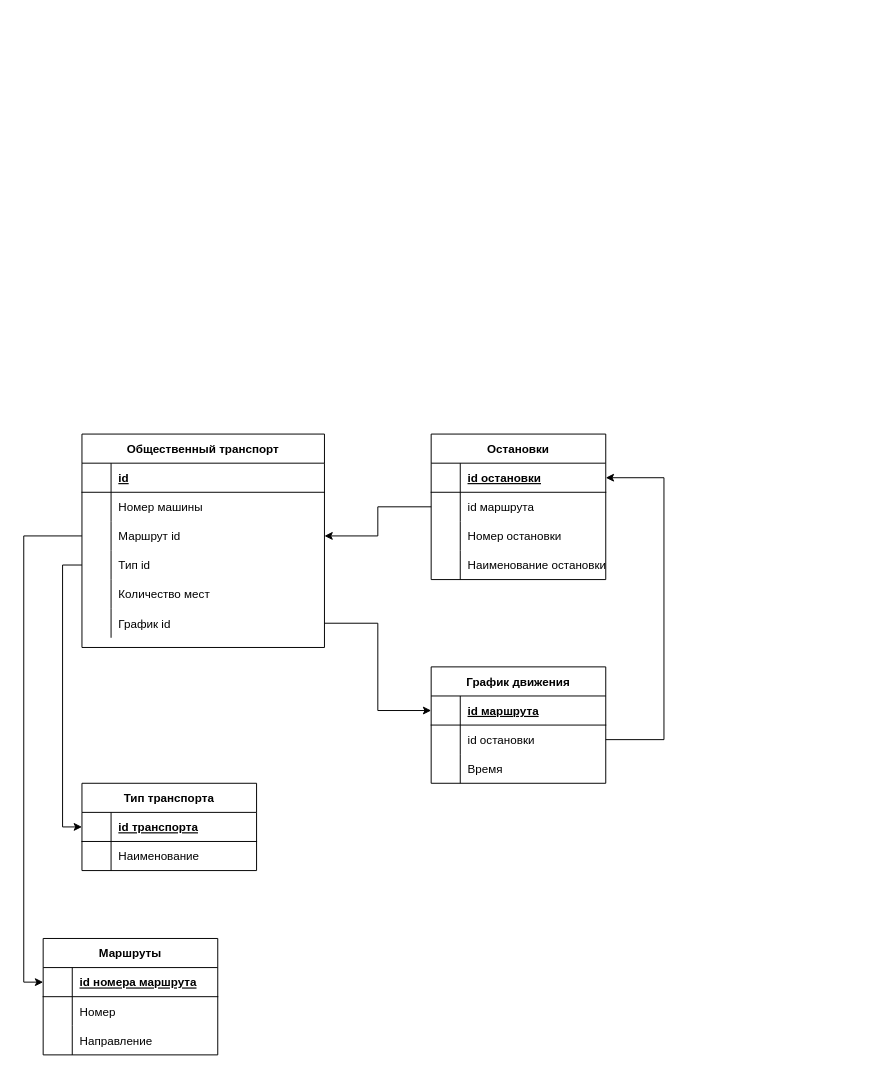
The draw.io diagram Database/HM_1.drawio in H0rr0vv/GB_Emelanov, before the edit. Source tidied: cells renumbered, new cells numbered last; positions are measured from the earlier drawing's top-left corner, leaving out a move shared by most shapes. Both pictures are drawn from the tidied source at 97%, with x=0, y=0 at pixel (43, 434).
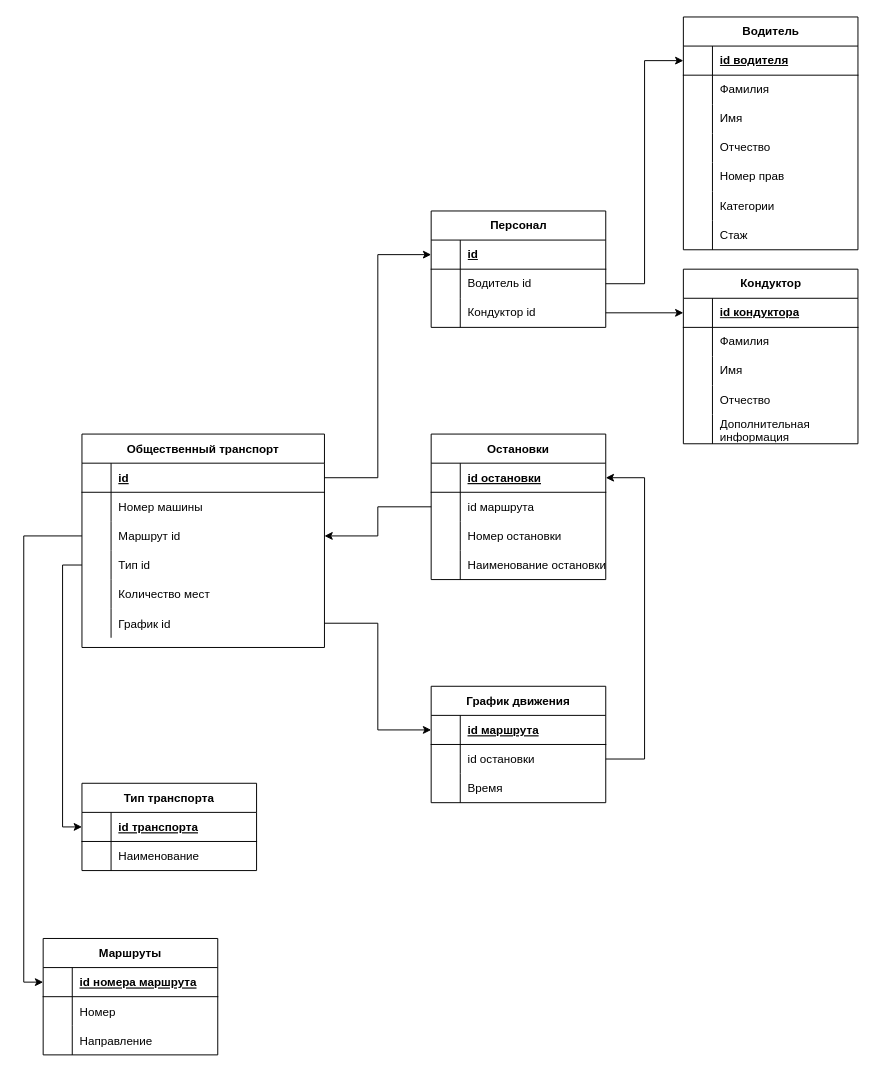
The same diagram, later.

The change refers to these unchanged cells:
```xml
<mxCell id="3" style="shape=partialRectangle;fillColor=none;points=[[0,0.5],[1,0.5]];portConstraint=eastwest;top=0;left=0;right=0;bottom=1;" parent="2" vertex="1">
  <mxGeometry y="30" width="250" height="30" as="geometry" />
</mxCell>
<mxCell id="40" style="shape=tableRow;horizontal=0;startSize=0;swimlaneHead=0;swimlaneBody=0;fillColor=none;points=[[0,0.5],[1,0.5]];portConstraint=eastwest;top=0;left=0;right=0;bottom=1;" parent="39" vertex="1">
  <mxGeometry y="30" width="180" height="30" as="geometry" />
</mxCell>
<mxCell id="57" style="shape=tableRow;horizontal=0;startSize=0;swimlaneHead=0;swimlaneBody=0;fillColor=none;points=[[0,0.5],[1,0.5]];portConstraint=eastwest;top=0;left=0;right=0;bottom=0;" parent="53" vertex="1">
  <mxGeometry y="60" width="180" height="30" as="geometry" />
</mxCell>
```

The edit, as a diff of the source:
```diff
@@
     <mxCell id="53" value="График движения" style="shape=table;startSize=30;childLayout=tableLayout;rowLines=0;fontStyle=1;align=center;" parent="1" vertex="1">
-      <mxGeometry x="400" y="240" width="180" height="120" as="geometry" />
+      <mxGeometry x="400" y="260" width="180" height="120" as="geometry" />
     </mxCell>
@@
-    <mxCell id="63" style="edgeStyle=orthogonalEdgeStyle;rounded=0;jettySize=auto;html=1;entryX=1;entryY=0.5;entryDx=0;entryDy=0;" parent="1" edge="1" source="57" target="40">
-      <mxGeometry relative="1" as="geometry">
-        <Array as="points">
-          <mxPoint x="640" y="315" />
-          <mxPoint x="640" y="45" />
-        </Array>
-      </mxGeometry>
-    </mxCell>
@@
+    <mxCell id="66" value="Персонал" style="shape=table;startSize=30;childLayout=tableLayout;rowLines=0;fontStyle=1;align=center;html=1;" parent="1" vertex="1">
+      <mxGeometry x="400" y="-230" width="180" height="120" as="geometry" />
+    </mxCell>
+    <mxCell id="67" style="shape=tableRow;horizontal=0;startSize=0;swimlaneHead=0;swimlaneBody=0;fillColor=none;points=[[0,0.5],[1,0.5]];portConstraint=eastwest;top=0;left=0;right=0;bottom=1;" parent="66" vertex="1">
+      <mxGeometry y="30" width="180" height="30" as="geometry" />
+    </mxCell>
+    <mxCell id="68" style="shape=partialRectangle;fillColor=none;top=0;left=0;bottom=0;right=0;fontStyle=1;overflow=hidden;whiteSpace=wrap;html=1;" parent="67" vertex="1">
+      <mxGeometry width="30" height="30" as="geometry" />
+    </mxCell>
+    <mxCell id="69" value="id" style="shape=partialRectangle;fillColor=none;top=0;left=0;bottom=0;right=0;align=left;spacingLeft=6;fontStyle=5;overflow=hidden;whiteSpace=wrap;html=1;" parent="67" vertex="1">
+      <mxGeometry x="30" width="150" height="30" as="geometry" />
+    </mxCell>
+    <mxCell id="70" style="shape=tableRow;horizontal=0;startSize=0;swimlaneHead=0;swimlaneBody=0;fillColor=none;points=[[0,0.5],[1,0.5]];portConstraint=eastwest;top=0;left=0;right=0;bottom=0;" parent="66" vertex="1">
+      <mxGeometry y="60" width="180" height="30" as="geometry" />
+    </mxCell>
+    <mxCell id="71" style="shape=partialRectangle;fillColor=none;top=0;left=0;bottom=0;right=0;overflow=hidden;whiteSpace=wrap;html=1;" parent="70" vertex="1">
+      <mxGeometry width="30" height="30" as="geometry" />
+    </mxCell>
+    <mxCell id="72" value="Водитель id" style="shape=partialRectangle;fillColor=none;top=0;left=0;bottom=0;right=0;align=left;spacingLeft=6;overflow=hidden;whiteSpace=wrap;html=1;" parent="70" vertex="1">
+      <mxGeometry x="30" width="150" height="30" as="geometry" />
+    </mxCell>
+    <mxCell id="73" style="shape=tableRow;horizontal=0;startSize=0;swimlaneHead=0;swimlaneBody=0;fillColor=none;points=[[0,0.5],[1,0.5]];portConstraint=eastwest;top=0;left=0;right=0;bottom=0;" parent="66" vertex="1">
+      <mxGeometry y="90" width="180" height="30" as="geometry" />
+    </mxCell>
+    <mxCell id="74" style="shape=partialRectangle;fillColor=none;top=0;left=0;bottom=0;right=0;overflow=hidden;whiteSpace=wrap;html=1;" parent="73" vertex="1">
+      <mxGeometry width="30" height="30" as="geometry" />
+    </mxCell>
+    <mxCell id="75" value="Кондуктор id" style="shape=partialRectangle;fillColor=none;top=0;left=0;bottom=0;right=0;align=left;spacingLeft=6;overflow=hidden;whiteSpace=wrap;html=1;" parent="73" vertex="1">
+      <mxGeometry x="30" width="150" height="30" as="geometry" />
+    </mxCell>
+    <mxCell id="63" style="edgeStyle=orthogonalEdgeStyle;rounded=0;jettySize=auto;html=1;entryX=1;entryY=0.5;entryDx=0;entryDy=0;" parent="1" edge="1" source="57" target="40">
+      <mxGeometry relative="1" as="geometry">
+        <Array as="points">
+          <mxPoint x="620" y="335" />
+          <mxPoint x="620" y="45" />
+        </Array>
+      </mxGeometry>
+    </mxCell>
+    <mxCell id="76" value="Водитель" style="shape=table;startSize=30;childLayout=tableLayout;rowLines=0;fontStyle=1;align=center;html=1;" parent="1" vertex="1">
+      <mxGeometry x="660" y="-430" width="180" height="240" as="geometry" />
+    </mxCell>
+    <mxCell id="77" style="shape=tableRow;horizontal=0;startSize=0;swimlaneHead=0;swimlaneBody=0;fillColor=none;points=[[0,0.5],[1,0.5]];portConstraint=eastwest;top=0;left=0;right=0;bottom=1;" parent="76" vertex="1">
+      <mxGeometry y="30" width="180" height="30" as="geometry" />
+    </mxCell>
+    <mxCell id="78" style="shape=partialRectangle;fillColor=none;top=0;left=0;bottom=0;right=0;fontStyle=1;overflow=hidden;whiteSpace=wrap;html=1;" parent="77" vertex="1">
+      <mxGeometry width="30" height="30" as="geometry" />
+    </mxCell>
+    <mxCell id="79" value="id водителя" style="shape=partialRectangle;fillColor=none;top=0;left=0;bottom=0;right=0;align=left;spacingLeft=6;fontStyle=5;overflow=hidden;whiteSpace=wrap;html=1;" parent="77" vertex="1">
+      <mxGeometry x="30" width="150" height="30" as="geometry" />
+    </mxCell>
+    <mxCell id="80" style="shape=tableRow;horizontal=0;startSize=0;swimlaneHead=0;swimlaneBody=0;fillColor=none;top=0;left=0;right=0;bottom=0;" parent="76" vertex="1">
+      <mxGeometry y="60" width="180" height="30" as="geometry" />
+    </mxCell>
+    <mxCell id="81" style="shape=partialRectangle;fillColor=none;top=0;left=0;bottom=0;right=0;overflow=hidden;whiteSpace=wrap;html=1;" parent="80" vertex="1">
+      <mxGeometry width="30" height="30" as="geometry" />
+    </mxCell>
+    <mxCell id="82" value="Фамилия" style="shape=partialRectangle;fillColor=none;top=0;left=0;bottom=0;right=0;align=left;spacingLeft=6;overflow=hidden;whiteSpace=wrap;html=1;" parent="80" vertex="1">
+      <mxGeometry x="30" width="150" height="30" as="geometry" />
+    </mxCell>
+    <mxCell id="83" style="shape=tableRow;horizontal=0;startSize=0;swimlaneHead=0;swimlaneBody=0;fillColor=none;top=0;left=0;right=0;bottom=0;" parent="76" vertex="1">
+      <mxGeometry y="90" width="180" height="30" as="geometry" />
+    </mxCell>
+    <mxCell id="84" style="shape=partialRectangle;fillColor=none;top=0;left=0;bottom=0;right=0;overflow=hidden;whiteSpace=wrap;html=1;" parent="83" vertex="1">
+      <mxGeometry width="30" height="30" as="geometry" />
+    </mxCell>
+    <mxCell id="85" value="Имя" style="shape=partialRectangle;fillColor=none;top=0;left=0;bottom=0;right=0;align=left;spacingLeft=6;overflow=hidden;whiteSpace=wrap;html=1;" parent="83" vertex="1">
+      <mxGeometry x="30" width="150" height="30" as="geometry" />
+    </mxCell>
+    <mxCell id="86" style="shape=tableRow;horizontal=0;startSize=0;swimlaneHead=0;swimlaneBody=0;fillColor=none;top=0;left=0;right=0;bottom=0;" parent="76" vertex="1">
+      <mxGeometry y="120" width="180" height="30" as="geometry" />
+    </mxCell>
+    <mxCell id="87" style="shape=partialRectangle;fillColor=none;top=0;left=0;bottom=0;right=0;overflow=hidden;whiteSpace=wrap;html=1;" parent="86" vertex="1">
+      <mxGeometry width="30" height="30" as="geometry" />
+    </mxCell>
+    <mxCell id="88" value="Отчество" style="shape=partialRectangle;fillColor=none;top=0;left=0;bottom=0;right=0;align=left;spacingLeft=6;overflow=hidden;whiteSpace=wrap;html=1;" parent="86" vertex="1">
+      <mxGeometry x="30" width="150" height="30" as="geometry" />
+    </mxCell>
+    <mxCell id="89" style="shape=tableRow;horizontal=0;startSize=0;swimlaneHead=0;swimlaneBody=0;fillColor=none;top=0;left=0;right=0;bottom=0;" parent="76" vertex="1">
+      <mxGeometry y="150" width="180" height="30" as="geometry" />
+    </mxCell>
+    <mxCell id="90" style="shape=partialRectangle;fillColor=none;top=0;left=0;bottom=0;right=0;overflow=hidden;whiteSpace=wrap;html=1;" parent="89" vertex="1">
+      <mxGeometry width="30" height="30" as="geometry" />
+    </mxCell>
+    <mxCell id="91" value="Номер прав" style="shape=partialRectangle;fillColor=none;top=0;left=0;bottom=0;right=0;align=left;spacingLeft=6;overflow=hidden;whiteSpace=wrap;html=1;" parent="89" vertex="1">
+      <mxGeometry x="30" width="150" height="30" as="geometry" />
+    </mxCell>
+    <mxCell id="92" style="shape=tableRow;horizontal=0;startSize=0;swimlaneHead=0;swimlaneBody=0;fillColor=none;top=0;left=0;right=0;bottom=0;" parent="76" vertex="1">
+      <mxGeometry y="180" width="180" height="30" as="geometry" />
+    </mxCell>
+    <mxCell id="93" style="shape=partialRectangle;fillColor=none;top=0;left=0;bottom=0;right=0;overflow=hidden;whiteSpace=wrap;html=1;" parent="92" vertex="1">
+      <mxGeometry width="30" height="30" as="geometry" />
+    </mxCell>
+    <mxCell id="94" value="Категории" style="shape=partialRectangle;fillColor=none;top=0;left=0;bottom=0;right=0;align=left;spacingLeft=6;overflow=hidden;whiteSpace=wrap;html=1;" parent="92" vertex="1">
+      <mxGeometry x="30" width="150" height="30" as="geometry" />
+    </mxCell>
+    <mxCell id="95" style="shape=tableRow;horizontal=0;startSize=0;swimlaneHead=0;swimlaneBody=0;fillColor=none;top=0;left=0;right=0;bottom=0;" parent="76" vertex="1">
+      <mxGeometry y="210" width="180" height="30" as="geometry" />
+    </mxCell>
+    <mxCell id="96" style="shape=partialRectangle;fillColor=none;top=0;left=0;bottom=0;right=0;overflow=hidden;whiteSpace=wrap;html=1;" parent="95" vertex="1">
+      <mxGeometry width="30" height="30" as="geometry" />
+    </mxCell>
+    <mxCell id="97" value="Стаж" style="shape=partialRectangle;fillColor=none;top=0;left=0;bottom=0;right=0;align=left;spacingLeft=6;overflow=hidden;whiteSpace=wrap;html=1;" parent="95" vertex="1">
+      <mxGeometry x="30" width="150" height="30" as="geometry" />
+    </mxCell>
+    <mxCell id="98" value="Кондуктор" style="shape=table;startSize=30;childLayout=tableLayout;rowLines=0;fontStyle=1;align=center;html=1;" parent="1" vertex="1">
+      <mxGeometry x="660" y="-170" width="180" height="180" as="geometry" />
+    </mxCell>
+    <mxCell id="99" style="shape=tableRow;horizontal=0;startSize=0;swimlaneHead=0;swimlaneBody=0;fillColor=none;points=[[0,0.5],[1,0.5]];portConstraint=eastwest;top=0;left=0;right=0;bottom=1;" parent="98" vertex="1">
+      <mxGeometry y="30" width="180" height="30" as="geometry" />
+    </mxCell>
+    <mxCell id="100" style="shape=partialRectangle;fillColor=none;top=0;left=0;bottom=0;right=0;fontStyle=1;overflow=hidden;whiteSpace=wrap;html=1;" parent="99" vertex="1">
+      <mxGeometry width="30" height="30" as="geometry" />
+    </mxCell>
+    <mxCell id="101" value="id кондуктора" style="shape=partialRectangle;fillColor=none;top=0;left=0;bottom=0;right=0;align=left;spacingLeft=6;fontStyle=5;overflow=hidden;whiteSpace=wrap;html=1;" parent="99" vertex="1">
+      <mxGeometry x="30" width="150" height="30" as="geometry" />
+    </mxCell>
+    <mxCell id="102" style="shape=tableRow;horizontal=0;startSize=0;swimlaneHead=0;swimlaneBody=0;fillColor=none;top=0;left=0;right=0;bottom=0;" parent="98" vertex="1">
+      <mxGeometry y="60" width="180" height="30" as="geometry" />
+    </mxCell>
+    <mxCell id="103" style="shape=partialRectangle;fillColor=none;top=0;left=0;bottom=0;right=0;overflow=hidden;whiteSpace=wrap;html=1;" parent="102" vertex="1">
+      <mxGeometry width="30" height="30" as="geometry" />
+    </mxCell>
+    <mxCell id="104" value="Фамилия" style="shape=partialRectangle;fillColor=none;top=0;left=0;bottom=0;right=0;align=left;spacingLeft=6;overflow=hidden;whiteSpace=wrap;html=1;" parent="102" vertex="1">
+      <mxGeometry x="30" width="150" height="30" as="geometry" />
+    </mxCell>
+    <mxCell id="105" style="shape=tableRow;horizontal=0;startSize=0;swimlaneHead=0;swimlaneBody=0;fillColor=none;top=0;left=0;right=0;bottom=0;" parent="98" vertex="1">
+      <mxGeometry y="90" width="180" height="30" as="geometry" />
+    </mxCell>
+    <mxCell id="106" style="shape=partialRectangle;fillColor=none;top=0;left=0;bottom=0;right=0;overflow=hidden;whiteSpace=wrap;html=1;" parent="105" vertex="1">
+      <mxGeometry width="30" height="30" as="geometry" />
+    </mxCell>
+    <mxCell id="107" value="Имя" style="shape=partialRectangle;fillColor=none;top=0;left=0;bottom=0;right=0;align=left;spacingLeft=6;overflow=hidden;whiteSpace=wrap;html=1;" parent="105" vertex="1">
+      <mxGeometry x="30" width="150" height="30" as="geometry" />
+    </mxCell>
+    <mxCell id="108" style="shape=tableRow;horizontal=0;startSize=0;swimlaneHead=0;swimlaneBody=0;fillColor=none;top=0;left=0;right=0;bottom=0;" parent="98" vertex="1">
+      <mxGeometry y="120" width="180" height="30" as="geometry" />
+    </mxCell>
+    <mxCell id="109" style="shape=partialRectangle;fillColor=none;top=0;left=0;bottom=0;right=0;overflow=hidden;whiteSpace=wrap;html=1;" parent="108" vertex="1">
+      <mxGeometry width="30" height="30" as="geometry" />
+    </mxCell>
+    <mxCell id="110" value="Отчество" style="shape=partialRectangle;fillColor=none;top=0;left=0;bottom=0;right=0;align=left;spacingLeft=6;overflow=hidden;whiteSpace=wrap;html=1;" parent="108" vertex="1">
+      <mxGeometry x="30" width="150" height="30" as="geometry" />
+    </mxCell>
+    <mxCell id="111" style="shape=tableRow;horizontal=0;startSize=0;swimlaneHead=0;swimlaneBody=0;fillColor=none;top=0;left=0;right=0;bottom=0;" parent="98" vertex="1">
+      <mxGeometry y="150" width="180" height="30" as="geometry" />
+    </mxCell>
+    <mxCell id="112" style="shape=partialRectangle;fillColor=none;top=0;left=0;bottom=0;right=0;overflow=hidden;whiteSpace=wrap;html=1;" parent="111" vertex="1">
+      <mxGeometry width="30" height="30" as="geometry" />
+    </mxCell>
+    <mxCell id="113" value="Дополнительная информация" style="shape=partialRectangle;fillColor=none;top=0;left=0;bottom=0;right=0;align=left;spacingLeft=6;overflow=hidden;whiteSpace=wrap;html=1;" parent="111" vertex="1">
+      <mxGeometry x="30" width="150" height="30" as="geometry" />
+    </mxCell>
+    <mxCell id="114" style="edgeStyle=orthogonalEdgeStyle;rounded=0;jettySize=auto;html=1;entryX=0;entryY=0.5;entryDx=0;entryDy=0;" parent="1" edge="1" source="3" target="67">
+      <mxGeometry relative="1" as="geometry" />
+    </mxCell>
+    <mxCell id="115" style="edgeStyle=orthogonalEdgeStyle;rounded=0;jettySize=auto;html=1;entryX=0;entryY=0.5;entryDx=0;entryDy=0;" parent="1" edge="1" source="73" target="99">
+      <mxGeometry relative="1" as="geometry" />
+    </mxCell>
+    <mxCell id="116" style="edgeStyle=orthogonalEdgeStyle;rounded=0;jettySize=auto;html=1;entryX=0;entryY=0.5;entryDx=0;entryDy=0;" parent="1" edge="1" source="70" target="77">
+      <mxGeometry relative="1" as="geometry" />
+    </mxCell>
```
